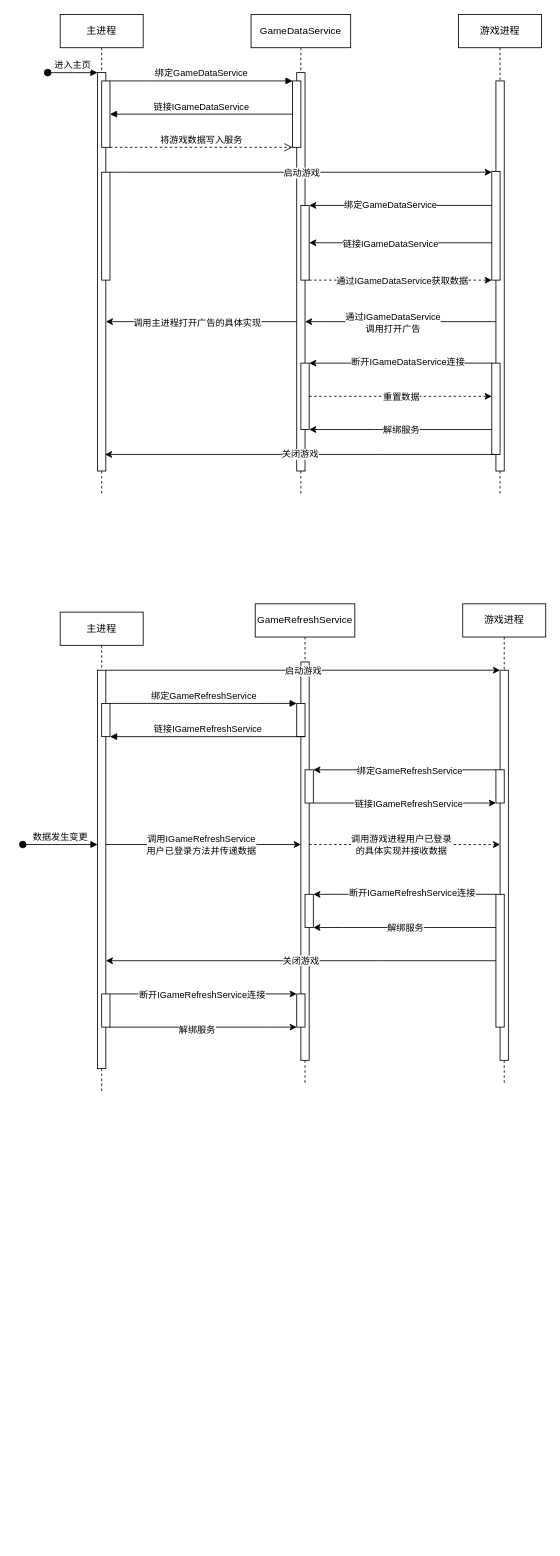
Before: 未命名绘图.drawio in Discredited/Discredited.github.io, a draw.io diagram. Source tidied: cells renumbered, new cells numbered last; positions are measured from the earlier drawing's top-left corner, leaving out a move shared by most shapes. Both pictures are drawn from the tidied source at 83%, with x=0, y=0 at pixel (22, 14).
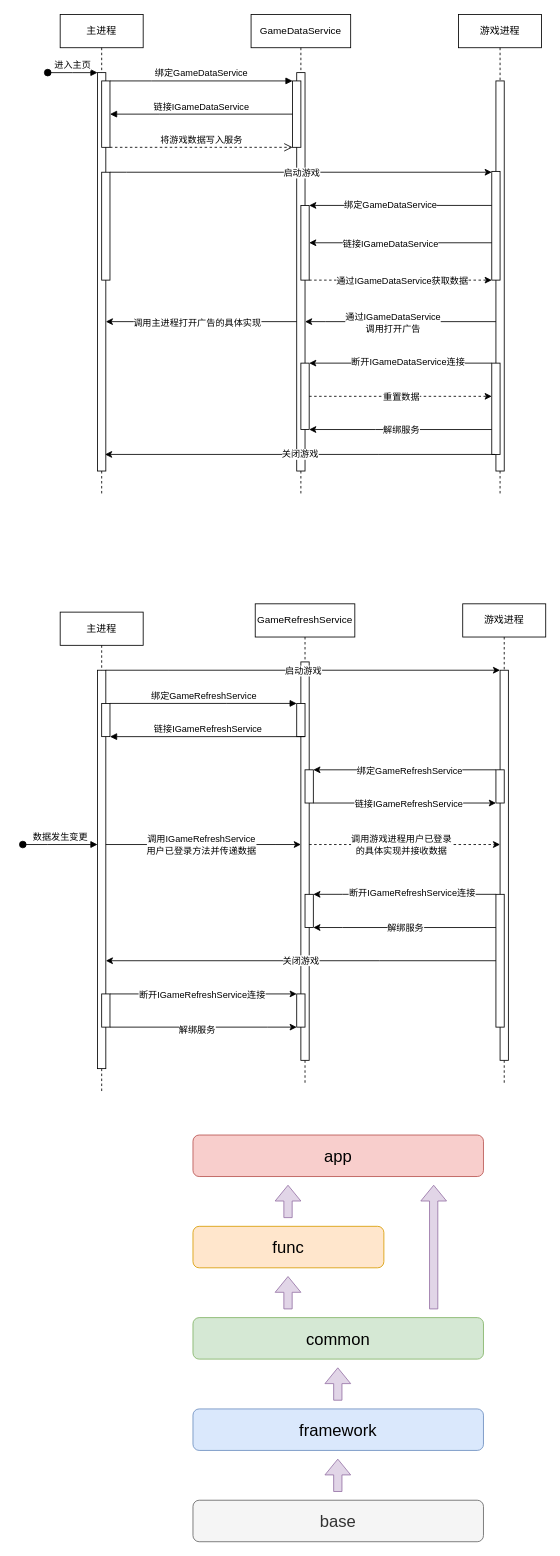
Above is the later version.

Commit message:
更新未命名绘图.drawio

Change to the diagram source:
```diff
@@
+    <mxCell id="76" value="base" style="rounded=1;whiteSpace=wrap;html=1;fontSize=20;fillColor=#f5f5f5;strokeColor=#666666;fontColor=#333333;" parent="1" vertex="1">
+      <mxGeometry x="205" y="1790" width="350" height="50" as="geometry" />
+    </mxCell>
+    <mxCell id="77" value="framework" style="rounded=1;whiteSpace=wrap;html=1;fontSize=20;fillColor=#dae8fc;strokeColor=#6c8ebf;" parent="1" vertex="1">
+      <mxGeometry x="205" y="1680" width="350" height="50" as="geometry" />
+    </mxCell>
+    <mxCell id="78" value="common" style="rounded=1;whiteSpace=wrap;html=1;fontSize=20;fillColor=#d5e8d4;strokeColor=#82b366;" parent="1" vertex="1">
+      <mxGeometry x="205" y="1570" width="350" height="50" as="geometry" />
+    </mxCell>
+    <mxCell id="79" value="func" style="rounded=1;whiteSpace=wrap;html=1;fontSize=20;fillColor=#ffe6cc;strokeColor=#d79b00;" parent="1" vertex="1">
+      <mxGeometry x="205" y="1460" width="230" height="50" as="geometry" />
+    </mxCell>
+    <mxCell id="80" value="app" style="rounded=1;whiteSpace=wrap;html=1;fontSize=20;fillColor=#f8cecc;strokeColor=#b85450;" parent="1" vertex="1">
+      <mxGeometry x="205" y="1350" width="350" height="50" as="geometry" />
+    </mxCell>
+    <mxCell id="81" style="shape=flexArrow;endArrow=classic;html=1;rounded=0;fillColor=#e1d5e7;strokeColor=#9673a6;" parent="1" edge="1">
+      <mxGeometry relative="1" as="geometry">
+        <mxPoint x="379.5" y="1780" as="sourcePoint" />
+        <mxPoint x="379.5" y="1740" as="targetPoint" />
+      </mxGeometry>
+    </mxCell>
+    <mxCell id="82" style="shape=flexArrow;endArrow=classic;html=1;rounded=0;fillColor=#e1d5e7;strokeColor=#9673a6;" parent="1" edge="1">
+      <mxGeometry relative="1" as="geometry">
+        <mxPoint x="379.5" y="1670" as="sourcePoint" />
+        <mxPoint x="379.5" y="1630" as="targetPoint" />
+      </mxGeometry>
+    </mxCell>
+    <mxCell id="83" style="shape=flexArrow;endArrow=classic;html=1;rounded=0;fillColor=#e1d5e7;strokeColor=#9673a6;" parent="1" edge="1">
+      <mxGeometry relative="1" as="geometry">
+        <mxPoint x="319.5" y="1560" as="sourcePoint" />
+        <mxPoint x="319.5" y="1520" as="targetPoint" />
+      </mxGeometry>
+    </mxCell>
+    <mxCell id="84" style="shape=flexArrow;endArrow=classic;html=1;rounded=0;fillColor=#e1d5e7;strokeColor=#9673a6;" parent="1" edge="1">
+      <mxGeometry relative="1" as="geometry">
+        <mxPoint x="495" y="1560" as="sourcePoint" />
+        <mxPoint x="495" y="1410" as="targetPoint" />
+      </mxGeometry>
+    </mxCell>
+    <mxCell id="85" style="shape=flexArrow;endArrow=classic;html=1;rounded=0;fillColor=#e1d5e7;strokeColor=#9673a6;" parent="1" edge="1">
+      <mxGeometry relative="1" as="geometry">
+        <mxPoint x="319.5" y="1450" as="sourcePoint" />
+        <mxPoint x="319.5" y="1410" as="targetPoint" />
+      </mxGeometry>
+    </mxCell>
```
